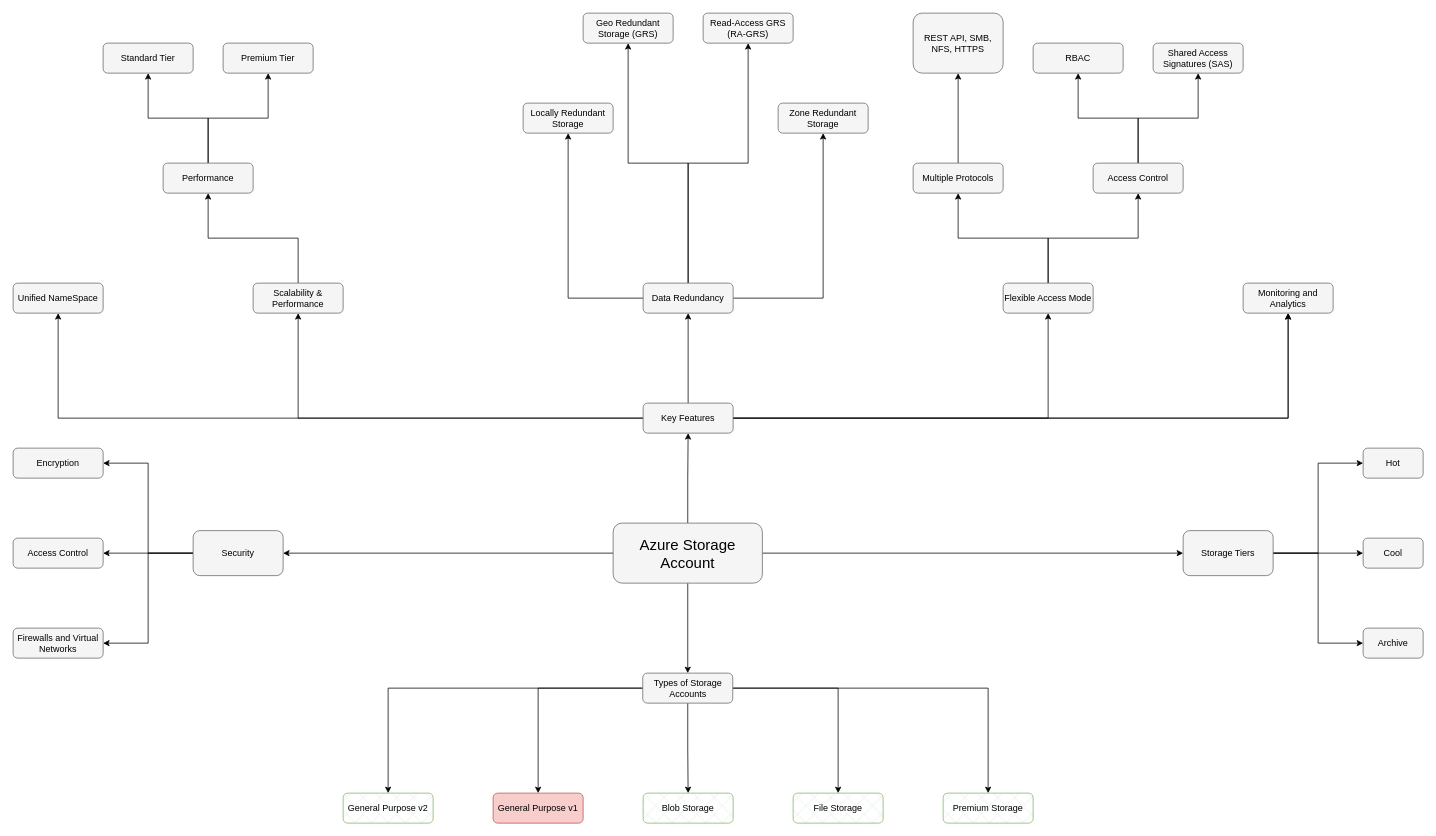
Before: page "Azure Storage Account" (2 of 3) of Cloud/Azure/Azure Storage.drawio in FilledVaccum/MindMaps, a draw.io diagram. Source tidied: cells renumbered, new cells numbered last; positions are measured from the earlier drawing's top-left corner, leaving out a move shared by most shapes. Both pictures are drawn from the tidied source at 75%, with x=0, y=0 at pixel (13, 13).
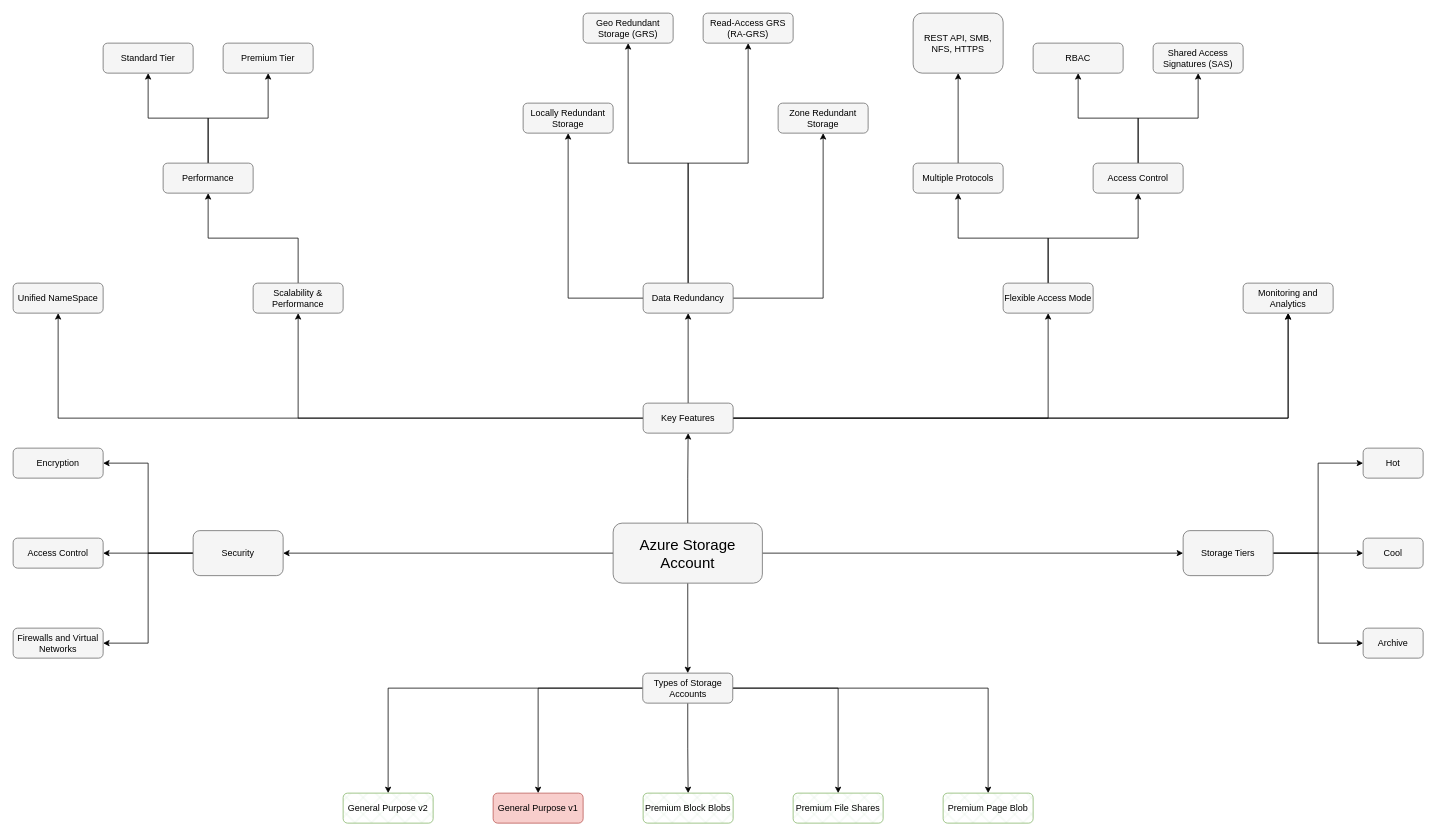
The same diagram, later.

Diff of the diagram source:
```diff
@@
-    <mxCell id="34" value="Blob Storage" style="whiteSpace=wrap;html=1;fillColor=#d5e8d4;strokeColor=#82b366;rounded=1;strokeWidth=1;labelBackgroundColor=none;labelBorderColor=none;fillStyle=cross-hatch;gradientColor=none;" parent="1" vertex="1">
+    <mxCell id="34" value="Premium Block Blobs" style="whiteSpace=wrap;html=1;fillColor=#d5e8d4;strokeColor=#82b366;rounded=1;strokeWidth=1;labelBackgroundColor=none;labelBorderColor=none;fillStyle=cross-hatch;gradientColor=none;" parent="1" vertex="1">
       <mxGeometry x="840" y="1040" width="120" height="40" as="geometry" />
     </mxCell>
-    <mxCell id="35" value="File Storage" style="whiteSpace=wrap;html=1;fillColor=#d5e8d4;strokeColor=#82b366;rounded=1;strokeWidth=1;labelBackgroundColor=none;labelBorderColor=none;fillStyle=cross-hatch;gradientColor=none;" parent="1" vertex="1">
+    <mxCell id="35" value="Premium File Shares" style="whiteSpace=wrap;html=1;fillColor=#d5e8d4;strokeColor=#82b366;rounded=1;strokeWidth=1;labelBackgroundColor=none;labelBorderColor=none;fillStyle=cross-hatch;gradientColor=none;" parent="1" vertex="1">
       <mxGeometry x="1040" y="1040" width="120" height="40" as="geometry" />
     </mxCell>
-    <mxCell id="36" value="Premium Storage" style="whiteSpace=wrap;html=1;fillColor=#d5e8d4;strokeColor=#82b366;rounded=1;strokeWidth=1;labelBackgroundColor=none;labelBorderColor=none;fillStyle=cross-hatch;gradientColor=none;" parent="1" vertex="1">
+    <mxCell id="36" value="Premium Page Blob" style="whiteSpace=wrap;html=1;fillColor=#d5e8d4;strokeColor=#82b366;rounded=1;strokeWidth=1;labelBackgroundColor=none;labelBorderColor=none;fillStyle=cross-hatch;gradientColor=none;" parent="1" vertex="1">
       <mxGeometry x="1240" y="1040" width="120" height="40" as="geometry" />
     </mxCell>
```
